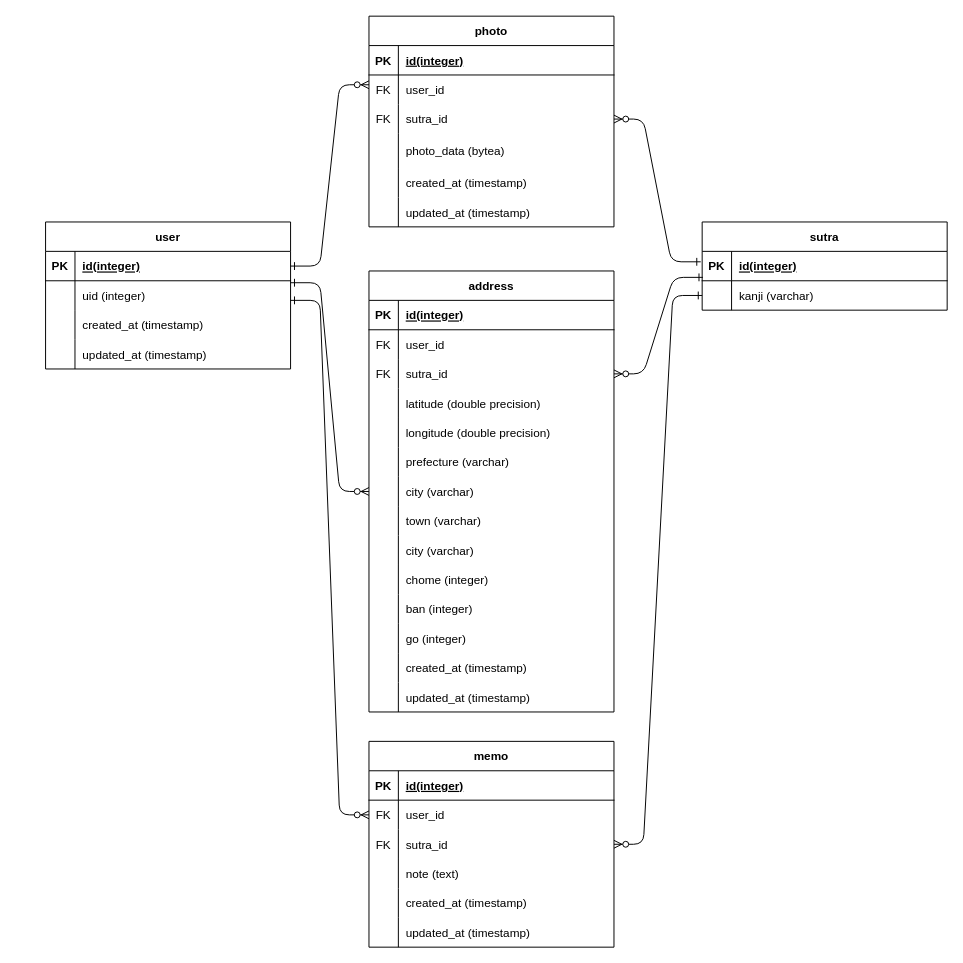
shirotamaki/entity-relationship-diagram keeps this draw.io diagram as outdoor-heart-sutra.drawio. Above is the earlier version. Source tidied: cells renumbered, new cells numbered last; positions are measured from the earlier drawing's top-left corner, leaving out a move shared by most shapes. Both pictures are drawn from the tidied source at 98%, with x=0, y=0 at pixel (45, 16).
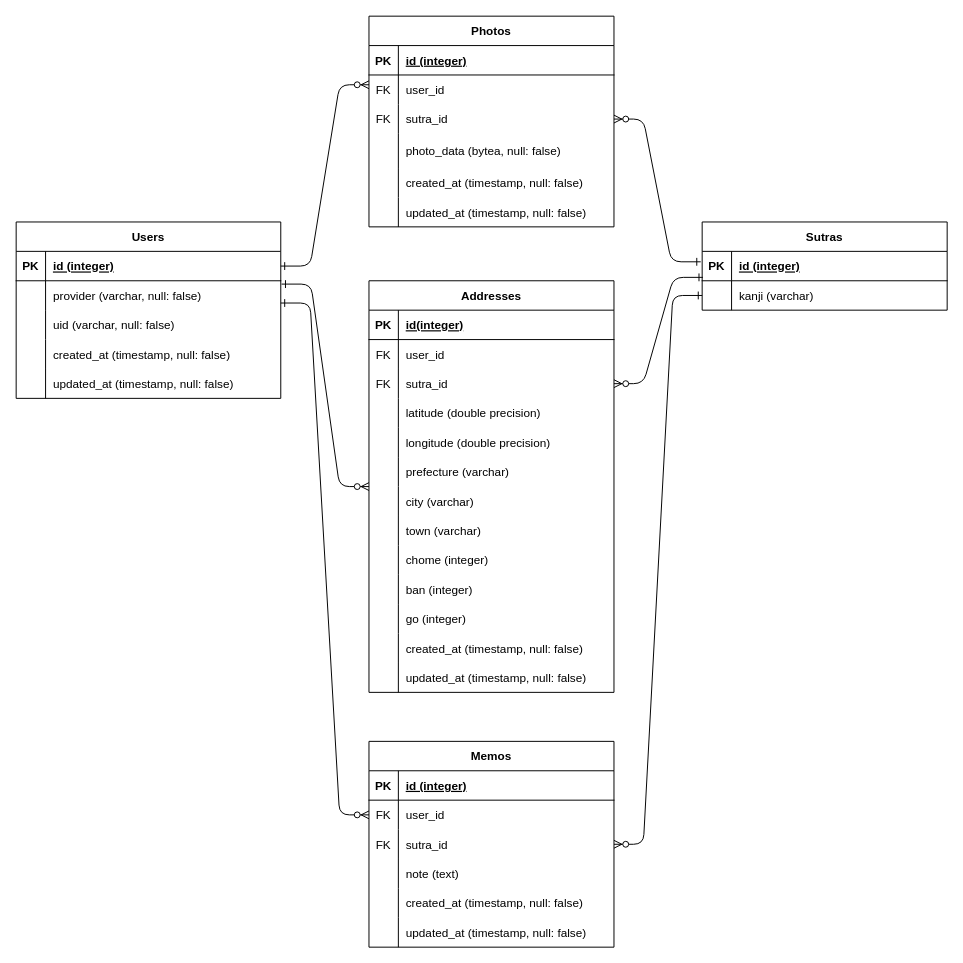
The same page after the edit.

Commit message:
outdoor-heart-sutra.drawio を更新します

The change refers to these unchanged cells:
```xml
<mxCell id="3" style="shape=partialRectangle;fillColor=none;top=0;left=0;right=0;bottom=1;" parent="2" vertex="1">
  <mxGeometry y="30" width="250" height="30" as="geometry" />
</mxCell>
<mxCell id="12" style="shape=partialRectangle;fillColor=none;top=0;left=0;right=0;bottom=0;" parent="2" vertex="1">
  <mxGeometry y="120" width="250" height="35" as="geometry" />
</mxCell>
<mxCell id="15" style="shape=partialRectangle;fillColor=none;top=0;left=0;right=0;bottom=0;" parent="2" vertex="1">
  <mxGeometry y="155" width="250" height="30" as="geometry" />
</mxCell>
<mxCell id="18" style="shape=partialRectangle;fillColor=none;top=0;left=0;right=0;bottom=0;" parent="2" vertex="1">
  <mxGeometry y="185" width="250" height="30" as="geometry" />
</mxCell>
<mxCell id="78" style="shape=partialRectangle;fillColor=none;points=[[0,0.5],[1,0.5]];portConstraint=eastwest;top=0;left=0;right=0;bottom=1;" parent="77" vertex="1">
  <mxGeometry y="30" width="250" height="30" as="geometry" />
</mxCell>
<mxCell id="86" style="shape=partialRectangle;fillColor=none;top=0;left=0;right=0;bottom=1;" parent="85" vertex="1">
  <mxGeometry y="30" width="250" height="30" as="geometry" />
</mxCell>
<mxCell id="89" style="shape=partialRectangle;fillColor=none;points=[[0,0.5],[1,0.5]];portConstraint=eastwest;top=0;left=0;right=0;bottom=0;" parent="85" vertex="1">
  <mxGeometry y="60" width="250" height="30" as="geometry" />
</mxCell>
<mxCell id="98" style="shape=partialRectangle;fillColor=none;top=0;left=0;right=0;bottom=0;" parent="85" vertex="1">
  <mxGeometry y="150" width="250" height="30" as="geometry" />
</mxCell>
<mxCell id="101" style="shape=partialRectangle;fillColor=none;top=0;left=0;right=0;bottom=0;" parent="85" vertex="1">
  <mxGeometry y="180" width="250" height="30" as="geometry" />
</mxCell>
```

What changed in the source:
```diff
@@
-    <mxCell id="2" value="photo" style="shape=table;startSize=30;childLayout=tableLayout;rowLines=0;fontStyle=1;align=center;" parent="1" vertex="1">
+    <mxCell id="2" value="Photos" style="shape=table;startSize=30;childLayout=tableLayout;rowLines=0;fontStyle=1;align=center;" parent="1" vertex="1">
       <mxGeometry x="330" width="250" height="215" as="geometry" />
     </mxCell>
@@
-    <mxCell id="5" value="id(integer)" style="shape=partialRectangle;overflow=hidden;fillColor=none;top=0;left=0;bottom=0;right=0;align=left;spacingLeft=6;fontStyle=5;" parent="3" vertex="1">
+    <mxCell id="5" value="id (integer)" style="shape=partialRectangle;overflow=hidden;fillColor=none;top=0;left=0;bottom=0;right=0;align=left;spacingLeft=6;fontStyle=5;" parent="3" vertex="1">
       <mxGeometry x="30" width="220" height="30" as="geometry" />
     </mxCell>
@@
-    <mxCell id="14" value="photo_data (bytea)" style="shape=partialRectangle;overflow=hidden;fillColor=none;top=0;left=0;bottom=0;right=0;align=left;spacingLeft=6;" parent="12" vertex="1">
+    <mxCell id="14" value="photo_data (bytea, null: false)" style="shape=partialRectangle;overflow=hidden;fillColor=none;top=0;left=0;bottom=0;right=0;align=left;spacingLeft=6;" parent="12" vertex="1">
       <mxGeometry x="30" width="220" height="35" as="geometry" />
     </mxCell>
@@
-    <mxCell id="17" value="created_at (timestamp)" style="shape=partialRectangle;overflow=hidden;fillColor=none;top=0;left=0;bottom=0;right=0;align=left;spacingLeft=6;" parent="15" vertex="1">
+    <mxCell id="17" value="created_at (timestamp, null: false)" style="shape=partialRectangle;overflow=hidden;fillColor=none;top=0;left=0;bottom=0;right=0;align=left;spacingLeft=6;" parent="15" vertex="1">
       <mxGeometry x="30" width="220" height="30" as="geometry" />
     </mxCell>
@@
-    <mxCell id="20" value="updated_at (timestamp)" style="shape=partialRectangle;overflow=hidden;fillColor=none;top=0;left=0;bottom=0;right=0;align=left;spacingLeft=6;" parent="18" vertex="1">
+    <mxCell id="20" value="updated_at (timestamp, null: false)" style="shape=partialRectangle;overflow=hidden;fillColor=none;top=0;left=0;bottom=0;right=0;align=left;spacingLeft=6;" parent="18" vertex="1">
       <mxGeometry x="30" width="220" height="30" as="geometry" />
     </mxCell>
-    <mxCell id="21" value="address" style="shape=table;startSize=30;childLayout=tableLayout;rowLines=0;fontStyle=1;align=center;" parent="1" vertex="1">
-      <mxGeometry x="330" y="260" width="250" height="450" as="geometry" />
+    <mxCell id="21" value="Addresses" style="shape=table;startSize=30;childLayout=tableLayout;rowLines=0;fontStyle=1;align=center;" parent="1" vertex="1">
+      <mxGeometry x="330" y="270" width="250" height="420" as="geometry" />
     </mxCell>
@@
-    <mxCell id="46" style="shape=partialRectangle;fillColor=none;top=0;left=0;right=0;bottom=0;" parent="21" vertex="1">
-      <mxGeometry y="270" width="250" height="30" as="geometry" />
-    </mxCell>
-    <mxCell id="47" style="shape=partialRectangle;overflow=hidden;fillColor=none;top=0;left=0;bottom=0;right=0;" parent="46" vertex="1">
-      <mxGeometry width="30" height="30" as="geometry" />
-    </mxCell>
-    <mxCell id="48" value="city (varchar)" style="shape=partialRectangle;overflow=hidden;fillColor=none;top=0;left=0;bottom=0;right=0;align=left;spacingLeft=6;" parent="46" vertex="1">
-      <mxGeometry x="30" width="220" height="30" as="geometry" />
-    </mxCell>
     <mxCell id="49" style="shape=partialRectangle;fillColor=none;top=0;left=0;right=0;bottom=0;" parent="21" vertex="1">
-      <mxGeometry y="300" width="250" height="30" as="geometry" />
+      <mxGeometry y="270" width="250" height="30" as="geometry" />
     </mxCell>
@@
     <mxCell id="52" style="shape=partialRectangle;fillColor=none;top=0;left=0;right=0;bottom=0;" parent="21" vertex="1">
-      <mxGeometry y="330" width="250" height="30" as="geometry" />
+      <mxGeometry y="300" width="250" height="30" as="geometry" />
     </mxCell>
@@
     <mxCell id="55" style="shape=partialRectangle;fillColor=none;top=0;left=0;right=0;bottom=0;" parent="21" vertex="1">
-      <mxGeometry y="360" width="250" height="30" as="geometry" />
+      <mxGeometry y="330" width="250" height="30" as="geometry" />
     </mxCell>
@@
     <mxCell id="58" style="shape=partialRectangle;fillColor=none;top=0;left=0;right=0;bottom=0;" parent="21" vertex="1">
-      <mxGeometry y="390" width="250" height="30" as="geometry" />
+      <mxGeometry y="360" width="250" height="30" as="geometry" />
     </mxCell>
@@
-    <mxCell id="60" value="created_at (timestamp)" style="shape=partialRectangle;overflow=hidden;fillColor=none;top=0;left=0;bottom=0;right=0;align=left;spacingLeft=6;" parent="58" vertex="1">
+    <mxCell id="60" value="created_at (timestamp, null: false)" style="shape=partialRectangle;overflow=hidden;fillColor=none;top=0;left=0;bottom=0;right=0;align=left;spacingLeft=6;" parent="58" vertex="1">
       <mxGeometry x="30" width="220" height="30" as="geometry" />
     </mxCell>
     <mxCell id="61" style="shape=partialRectangle;fillColor=none;top=0;left=0;right=0;bottom=0;" parent="21" vertex="1">
-      <mxGeometry y="420" width="250" height="30" as="geometry" />
+      <mxGeometry y="390" width="250" height="30" as="geometry" />
     </mxCell>
@@
-    <mxCell id="63" value="updated_at (timestamp)" style="shape=partialRectangle;overflow=hidden;fillColor=none;top=0;left=0;bottom=0;right=0;align=left;spacingLeft=6;" parent="61" vertex="1">
+    <mxCell id="63" value="updated_at (timestamp, null: false)" style="shape=partialRectangle;overflow=hidden;fillColor=none;top=0;left=0;bottom=0;right=0;align=left;spacingLeft=6;" parent="61" vertex="1">
       <mxGeometry x="30" width="220" height="30" as="geometry" />
     </mxCell>
-    <mxCell id="64" value="user" style="shape=table;startSize=30;childLayout=tableLayout;rowLines=0;fontStyle=1;align=center;" parent="1" vertex="1">
-      <mxGeometry y="210" width="250" height="150" as="geometry" />
+    <mxCell id="64" value="Users" style="shape=table;startSize=30;childLayout=tableLayout;rowLines=0;fontStyle=1;align=center;" parent="1" vertex="1">
+      <mxGeometry x="-30" y="210" width="270" height="180" as="geometry" />
     </mxCell>
     <mxCell id="65" style="shape=partialRectangle;fillColor=none;points=[[0,0.5],[1,0.5]];portConstraint=eastwest;top=0;left=0;right=0;bottom=1;" parent="64" vertex="1">
-      <mxGeometry y="30" width="250" height="30" as="geometry" />
+      <mxGeometry y="30" width="270" height="30" as="geometry" />
     </mxCell>
@@
-    <mxCell id="67" value="id(integer)" style="shape=partialRectangle;overflow=hidden;fillColor=none;top=0;left=0;bottom=0;right=0;align=left;spacingLeft=6;fontStyle=5;" parent="65" vertex="1">
-      <mxGeometry x="30" width="220" height="30" as="geometry" />
+    <mxCell id="67" value="id (integer)" style="shape=partialRectangle;overflow=hidden;fillColor=none;top=0;left=0;bottom=0;right=0;align=left;spacingLeft=6;fontStyle=5;" parent="65" vertex="1">
+      <mxGeometry x="30" width="240" height="30" as="geometry" />
     </mxCell>
-    <mxCell id="68" style="shape=partialRectangle;fillColor=none;top=0;left=0;right=0;bottom=0;" parent="64" vertex="1">
-      <mxGeometry y="60" width="250" height="30" as="geometry" />
-    </mxCell>
-    <mxCell id="69" style="shape=partialRectangle;overflow=hidden;fillColor=none;top=0;left=0;bottom=0;right=0;" parent="68" vertex="1">
-      <mxGeometry width="30" height="30" as="geometry" />
-    </mxCell>
-    <mxCell id="70" value="uid (integer)" style="shape=partialRectangle;overflow=hidden;fillColor=none;top=0;left=0;bottom=0;right=0;align=left;spacingLeft=6;" parent="68" vertex="1">
-      <mxGeometry x="30" width="220" height="30" as="geometry" />
-    </mxCell>
-    <mxCell id="71" style="shape=partialRectangle;fillColor=none;top=0;left=0;right=0;bottom=0;" parent="64" vertex="1">
-      <mxGeometry y="90" width="250" height="30" as="geometry" />
-    </mxCell>
-    <mxCell id="72" style="shape=partialRectangle;overflow=hidden;fillColor=none;top=0;left=0;bottom=0;right=0;" parent="71" vertex="1">
-      <mxGeometry width="30" height="30" as="geometry" />
-    </mxCell>
-    <mxCell id="73" value="created_at (timestamp)" style="shape=partialRectangle;overflow=hidden;fillColor=none;top=0;left=0;bottom=0;right=0;align=left;spacingLeft=6;" parent="71" vertex="1">
-      <mxGeometry x="30" width="220" height="30" as="geometry" />
-    </mxCell>
-    <mxCell id="74" style="shape=partialRectangle;fillColor=none;top=0;left=0;right=0;bottom=0;" parent="64" vertex="1">
-      <mxGeometry y="120" width="250" height="30" as="geometry" />
-    </mxCell>
-    <mxCell id="75" style="shape=partialRectangle;overflow=hidden;fillColor=none;top=0;left=0;bottom=0;right=0;" parent="74" vertex="1">
-      <mxGeometry width="30" height="30" as="geometry" />
-    </mxCell>
-    <mxCell id="76" value="updated_at (timestamp)" style="shape=partialRectangle;overflow=hidden;fillColor=none;top=0;left=0;bottom=0;right=0;align=left;spacingLeft=6;" parent="74" vertex="1">
-      <mxGeometry x="30" width="220" height="30" as="geometry" />
-    </mxCell>
+    <mxCell id="109" style="shape=partialRectangle;fillColor=none;top=0;left=0;right=0;bottom=0;" parent="64" vertex="1">
+      <mxGeometry y="60" width="270" height="30" as="geometry" />
+    </mxCell>
+    <mxCell id="110" style="shape=partialRectangle;overflow=hidden;fillColor=none;top=0;left=0;bottom=0;right=0;" parent="109" vertex="1">
+      <mxGeometry width="30" height="30" as="geometry" />
+    </mxCell>
+    <mxCell id="111" value="provider (varchar, null: false)" style="shape=partialRectangle;overflow=hidden;fillColor=none;top=0;left=0;bottom=0;right=0;align=left;spacingLeft=6;" parent="109" vertex="1">
+      <mxGeometry x="30" width="240" height="30" as="geometry" />
+    </mxCell>
+    <mxCell id="112" style="shape=partialRectangle;fillColor=none;top=0;left=0;right=0;bottom=0;" parent="64" vertex="1">
+      <mxGeometry y="90" width="270" height="30" as="geometry" />
+    </mxCell>
+    <mxCell id="113" style="shape=partialRectangle;overflow=hidden;fillColor=none;top=0;left=0;bottom=0;right=0;" parent="112" vertex="1">
+      <mxGeometry width="30" height="30" as="geometry" />
+    </mxCell>
+    <mxCell id="114" value="uid (varchar, null: false)" style="shape=partialRectangle;overflow=hidden;fillColor=none;top=0;left=0;bottom=0;right=0;align=left;spacingLeft=6;" parent="112" vertex="1">
+      <mxGeometry x="30" width="240" height="30" as="geometry" />
+    </mxCell>
+    <mxCell id="115" style="shape=partialRectangle;fillColor=none;top=0;left=0;right=0;bottom=0;" parent="64" vertex="1">
+      <mxGeometry y="120" width="270" height="30" as="geometry" />
+    </mxCell>
+    <mxCell id="116" style="shape=partialRectangle;overflow=hidden;fillColor=none;top=0;left=0;bottom=0;right=0;" parent="115" vertex="1">
+      <mxGeometry width="30" height="30" as="geometry" />
+    </mxCell>
+    <mxCell id="117" value="created_at (timestamp, null: false)" style="shape=partialRectangle;overflow=hidden;fillColor=none;top=0;left=0;bottom=0;right=0;align=left;spacingLeft=6;" parent="115" vertex="1">
+      <mxGeometry x="30" width="240" height="30" as="geometry" />
+    </mxCell>
+    <mxCell id="118" style="shape=partialRectangle;fillColor=none;top=0;left=0;right=0;bottom=0;" parent="64" vertex="1">
+      <mxGeometry y="150" width="270" height="30" as="geometry" />
+    </mxCell>
+    <mxCell id="119" style="shape=partialRectangle;overflow=hidden;fillColor=none;top=0;left=0;bottom=0;right=0;" parent="118" vertex="1">
+      <mxGeometry width="30" height="30" as="geometry" />
+    </mxCell>
+    <mxCell id="120" value="updated_at (timestamp, null: false)" style="shape=partialRectangle;overflow=hidden;fillColor=none;top=0;left=0;bottom=0;right=0;align=left;spacingLeft=6;" parent="118" vertex="1">
+      <mxGeometry x="30" width="240" height="30" as="geometry" />
+    </mxCell>
-    <mxCell id="77" value="sutra" style="shape=table;startSize=30;childLayout=tableLayout;rowLines=0;fontStyle=1;align=center;" parent="1" vertex="1">
+    <mxCell id="77" value="Sutras" style="shape=table;startSize=30;childLayout=tableLayout;rowLines=0;fontStyle=1;align=center;" parent="1" vertex="1">
       <mxGeometry x="670" y="210" width="250" height="90" as="geometry" />
     </mxCell>
@@
-    <mxCell id="80" value="id(integer)" style="shape=partialRectangle;overflow=hidden;fillColor=none;top=0;left=0;bottom=0;right=0;align=left;spacingLeft=6;fontStyle=5;" parent="78" vertex="1">
+    <mxCell id="80" value="id (integer)" style="shape=partialRectangle;overflow=hidden;fillColor=none;top=0;left=0;bottom=0;right=0;align=left;spacingLeft=6;fontStyle=5;" parent="78" vertex="1">
       <mxGeometry x="30" width="220" height="30" as="geometry" />
     </mxCell>
@@
-    <mxCell id="85" value="memo" style="shape=table;startSize=30;childLayout=tableLayout;rowLines=0;fontStyle=1;align=center;" parent="1" vertex="1">
+    <mxCell id="85" value="Memos" style="shape=table;startSize=30;childLayout=tableLayout;rowLines=0;fontStyle=1;align=center;" parent="1" vertex="1">
       <mxGeometry x="330" y="740" width="250" height="210" as="geometry" />
     </mxCell>
@@
-    <mxCell id="88" value="id(integer) " style="shape=partialRectangle;overflow=hidden;fillColor=none;top=0;left=0;bottom=0;right=0;align=left;spacingLeft=6;fontStyle=5;" parent="86" vertex="1">
+    <mxCell id="88" value="id (integer) " style="shape=partialRectangle;overflow=hidden;fillColor=none;top=0;left=0;bottom=0;right=0;align=left;spacingLeft=6;fontStyle=5;" parent="86" vertex="1">
       <mxGeometry x="30" width="220" height="30" as="geometry" />
     </mxCell>
@@
-    <mxCell id="100" value="created_at (timestamp)" style="shape=partialRectangle;overflow=hidden;fillColor=none;top=0;left=0;bottom=0;right=0;align=left;spacingLeft=6;" parent="98" vertex="1">
+    <mxCell id="100" value="created_at (timestamp, null: false)" style="shape=partialRectangle;overflow=hidden;fillColor=none;top=0;left=0;bottom=0;right=0;align=left;spacingLeft=6;" parent="98" vertex="1">
       <mxGeometry x="30" width="220" height="30" as="geometry" />
     </mxCell>
@@
-    <mxCell id="103" value="updated_at (timestamp)" style="shape=partialRectangle;overflow=hidden;fillColor=none;top=0;left=0;bottom=0;right=0;align=left;spacingLeft=6;" parent="101" vertex="1">
+    <mxCell id="103" value="updated_at (timestamp, null: false)" style="shape=partialRectangle;overflow=hidden;fillColor=none;top=0;left=0;bottom=0;right=0;align=left;spacingLeft=6;" parent="101" vertex="1">
       <mxGeometry x="30" width="220" height="30" as="geometry" />
     </mxCell>
-    <mxCell id="104" style="edgeStyle=entityRelationEdgeStyle;endArrow=ERzeroToMany;startArrow=ERone;endFill=1;startFill=0;exitX=0.999;exitY=0.126;exitDx=0;exitDy=0;exitPerimeter=0;entryX=0;entryY=0.5;entryDx=0;entryDy=0;" parent="1" edge="1" target="21">
+    <mxCell id="104" style="edgeStyle=entityRelationEdgeStyle;endArrow=ERzeroToMany;startArrow=ERone;endFill=1;startFill=0;exitX=1.008;exitY=0.114;exitDx=0;exitDy=0;exitPerimeter=0;entryX=0;entryY=0.5;entryDx=0;entryDy=0;" parent="1" edge="1" target="21">
       <mxGeometry relative="1" as="geometry">
-        <mxPoint x="250" y="272" as="sourcePoint" />
+        <mxPoint x="240.8" y="273.4" as="sourcePoint" />
       </mxGeometry>
     </mxCell>
-    <mxCell id="105" style="edgeStyle=entityRelationEdgeStyle;endArrow=ERzeroToMany;startArrow=ERone;endFill=1;startFill=0;exitX=0.999;exitY=0.126;exitDx=0;exitDy=0;exitPerimeter=0;entryX=0;entryY=0.5;entryDx=0;entryDy=0;" parent="1" edge="1" target="89">
+    <mxCell id="105" style="edgeStyle=entityRelationEdgeStyle;endArrow=ERzeroToMany;startArrow=ERone;endFill=1;startFill=0;exitX=1;exitY=0.758;exitDx=0;exitDy=0;exitPerimeter=0;entryX=0;entryY=0.5;entryDx=0;entryDy=0;" parent="1" edge="1" target="89">
       <mxGeometry relative="1" as="geometry">
-        <mxPoint x="250" y="290" as="sourcePoint" />
+        <mxPoint x="240" y="292.7" as="sourcePoint" />
       </mxGeometry>
     </mxCell>
```
